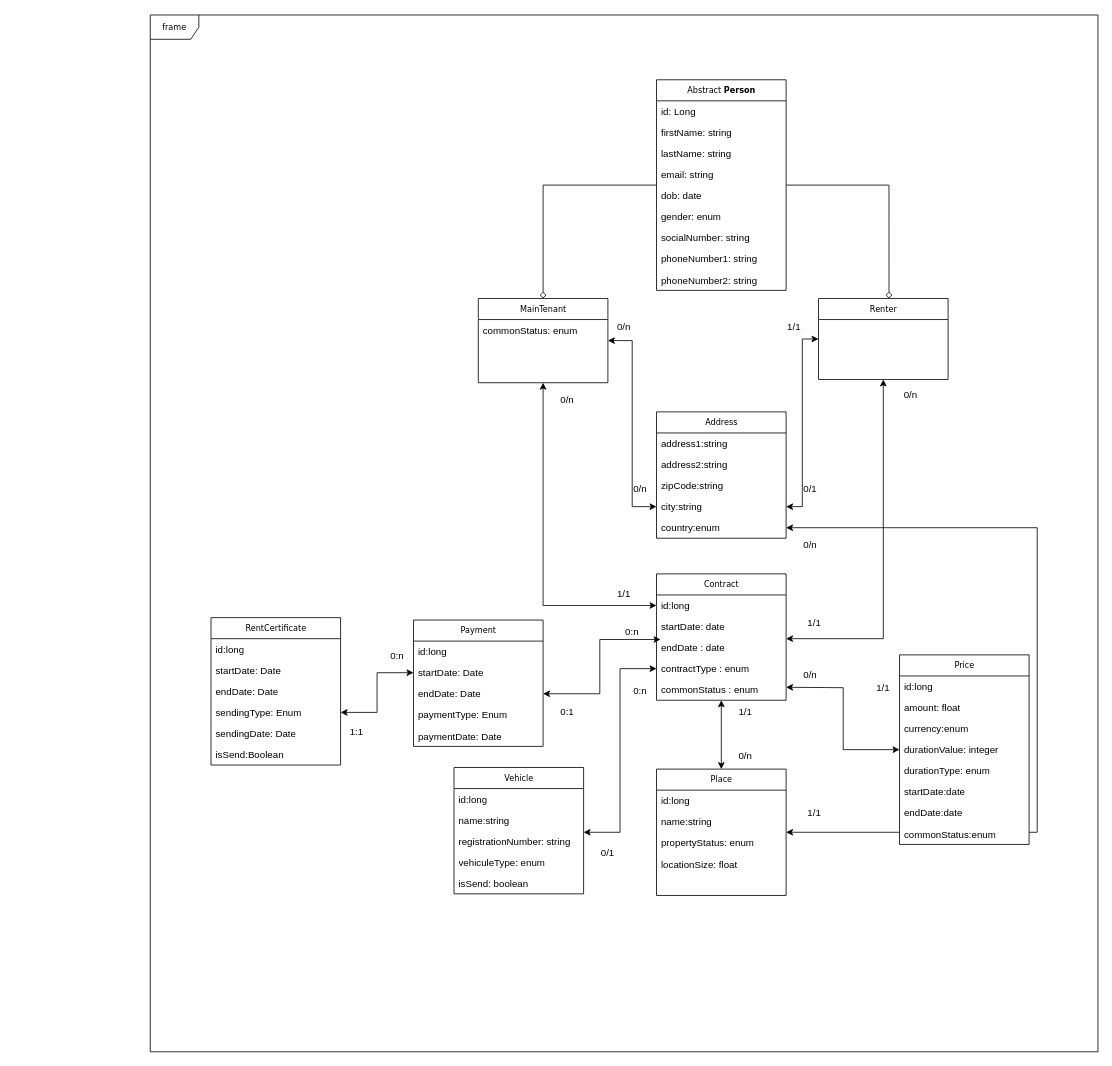
This is conception/class diagram.drawio from chrystlll/rentalProject_back, a draw.io file, before an edit. Source tidied: cells renumbered, new cells numbered last; positions are measured from the earlier drawing's top-left corner, leaving out a move shared by most shapes. Both pictures are drawn from the tidied source at 81%, with x=0, y=0 at pixel (150, 15).
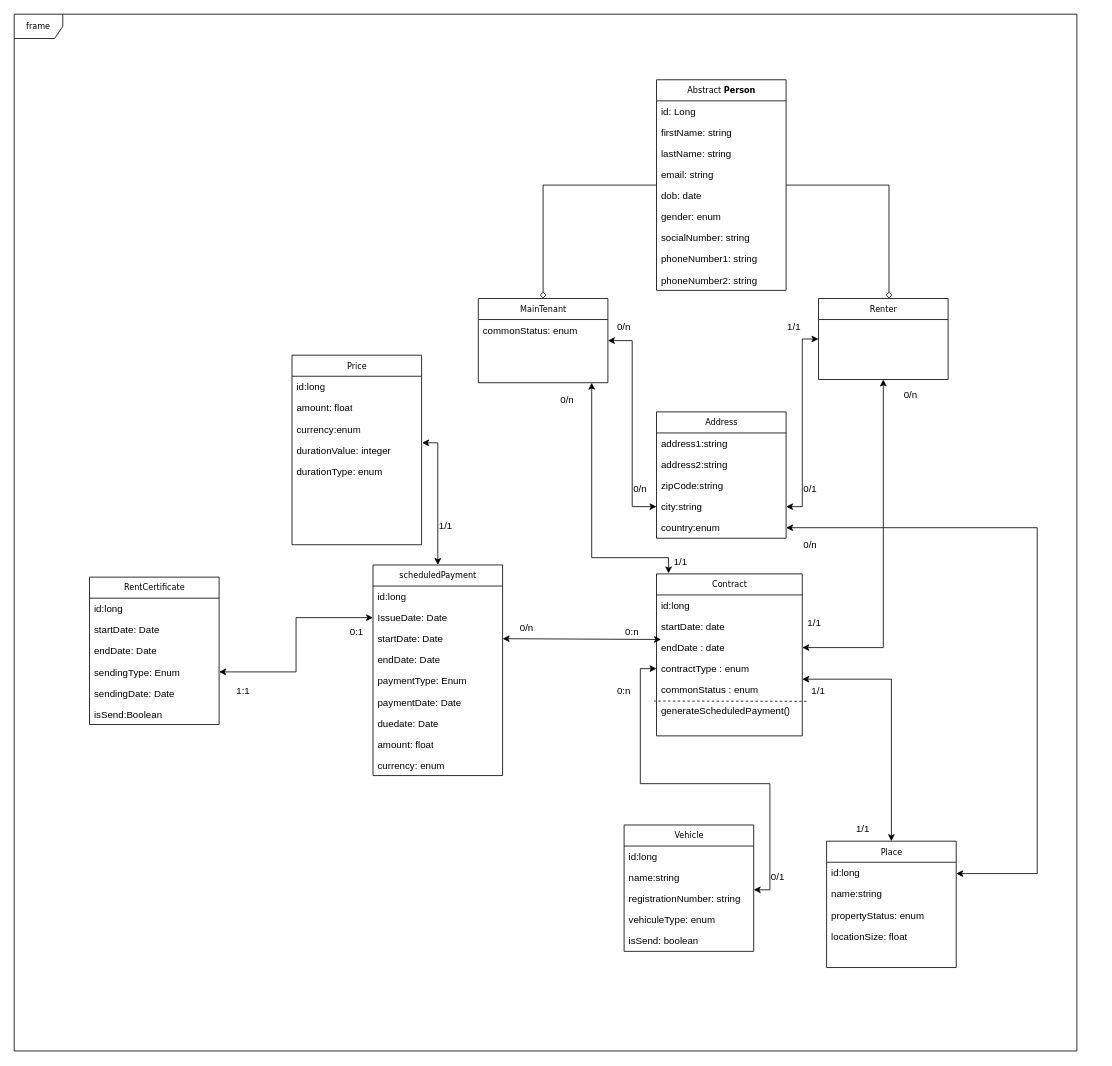
After the change.

The change refers to these unchanged cells:
```xml
<mxCell id="5" value="Renter" style="swimlane;html=1;fontStyle=0;horizontal=1;startSize=26;fillColor=none;swimlaneFillColor=#ffffff;rounded=0;shadow=0;comic=0;labelBackgroundColor=none;strokeWidth=1;fontFamily=Verdana;fontSize=10;align=center;" parent="1" vertex="1">
  <mxGeometry x="825" y="350" width="160" height="100" as="geometry" />
</mxCell>
<mxCell id="8" value="MainTenant" style="swimlane;html=1;fontStyle=0;horizontal=1;startSize=26;fillColor=none;swimlaneFillColor=#ffffff;rounded=0;shadow=0;comic=0;labelBackgroundColor=none;strokeWidth=1;fontFamily=Verdana;fontSize=10;align=center;" parent="1" vertex="1">
  <mxGeometry x="405" y="350" width="160" height="104" as="geometry" />
</mxCell>
<mxCell id="27" value="country:enum" style="text;html=1;strokeColor=none;fillColor=none;align=left;verticalAlign=top;spacingLeft=4;spacingRight=4;whiteSpace=wrap;overflow=hidden;points=[[0,0.5],[1,0.5]];portConstraint=eastwest;" parent="22" vertex="1">
  <mxGeometry y="130" width="160" height="26" as="geometry" />
</mxCell>
```

What changed in the source:
```diff
@@
     <mxCell id="2" value="frame" style="shape=umlFrame;whiteSpace=wrap;html=1;rounded=0;shadow=0;comic=0;labelBackgroundColor=none;strokeWidth=1;fontFamily=Verdana;fontSize=10;align=center;" parent="1" vertex="1">
-      <mxGeometry width="1170" height="1280" as="geometry" />
+      <mxGeometry x="-168" y="-1" width="1312" height="1280" as="geometry" />
     </mxCell>
@@
-    <mxCell id="4" style="edgeStyle=orthogonalEdgeStyle;rounded=0;jettySize=auto;html=1;startArrow=classic;startFill=1;endArrow=classic;endFill=1;" parent="1" edge="1" source="5">
+    <mxCell id="4" style="edgeStyle=orthogonalEdgeStyle;rounded=0;jettySize=auto;html=1;startArrow=classic;startFill=1;endArrow=classic;endFill=1;entryX=1;entryY=0.5;entryDx=0;entryDy=0;" parent="1" edge="1" source="5" target="36">
       <mxGeometry relative="1" as="geometry">
-        <mxPoint x="785" y="770" as="targetPoint" />
         <Array as="points">
-          <mxPoint x="905" y="770" />
-          <mxPoint x="785" y="770" />
+          <mxPoint x="905" y="781" />
         </Array>
       </mxGeometry>
     </mxCell>
@@
-    <mxCell id="7" style="edgeStyle=orthogonalEdgeStyle;rounded=0;jettySize=auto;html=1;entryX=0;entryY=0.5;entryDx=0;entryDy=0;startArrow=classic;startFill=1;endArrow=classic;endFill=1;" parent="1" edge="1" source="8" target="34">
-      <mxGeometry relative="1" as="geometry" />
+    <mxCell id="7" style="edgeStyle=orthogonalEdgeStyle;rounded=0;jettySize=auto;html=1;entryX=0.083;entryY=-0.003;entryDx=0;entryDy=0;startArrow=classic;startFill=1;endArrow=classic;endFill=1;entryPerimeter=0;" parent="1" edge="1" source="8" target="33">
+      <mxGeometry relative="1" as="geometry">
+        <Array as="points">
+          <mxPoint x="545" y="670" />
+          <mxPoint x="640" y="670" />
+        </Array>
+      </mxGeometry>
     </mxCell>
@@
     <mxCell id="32" style="edgeStyle=orthogonalEdgeStyle;rounded=0;jettySize=auto;html=1;entryX=0.5;entryY=0;entryDx=0;entryDy=0;startArrow=classic;startFill=1;endArrow=classic;endFill=1;" parent="1" edge="1" source="33" target="45">
-      <mxGeometry relative="1" as="geometry" />
+      <mxGeometry relative="1" as="geometry">
+        <Array as="points">
+          <mxPoint x="915" y="820" />
+        </Array>
+      </mxGeometry>
     </mxCell>
     <mxCell id="33" value="Contract" style="swimlane;html=1;fontStyle=0;horizontal=1;startSize=26;fillColor=none;swimlaneFillColor=#ffffff;rounded=0;shadow=0;comic=0;labelBackgroundColor=none;strokeWidth=1;fontFamily=Verdana;fontSize=10;align=center;" parent="1" vertex="1">
-      <mxGeometry x="625" y="690" width="160" height="156" as="geometry" />
+      <mxGeometry x="625" y="690" width="180" height="200" as="geometry" />
     </mxCell>
     <mxCell id="34" value="id:long" style="text;html=1;strokeColor=none;fillColor=none;align=left;verticalAlign=top;spacingLeft=4;spacingRight=4;whiteSpace=wrap;overflow=hidden;points=[[0,0.5],[1,0.5]];portConstraint=eastwest;" parent="33" vertex="1">
-      <mxGeometry y="26" width="160" height="26" as="geometry" />
+      <mxGeometry y="26" width="180" height="26" as="geometry" />
     </mxCell>
     <mxCell id="35" value="startDate: date" style="text;html=1;strokeColor=none;fillColor=none;align=left;verticalAlign=top;spacingLeft=4;spacingRight=4;whiteSpace=wrap;overflow=hidden;" parent="33" vertex="1">
-      <mxGeometry y="52" width="160" height="26" as="geometry" />
+      <mxGeometry y="52" width="180" height="26" as="geometry" />
     </mxCell>
     <mxCell id="36" value="endDate : date" style="text;html=1;strokeColor=none;fillColor=none;align=left;verticalAlign=top;spacingLeft=4;spacingRight=4;whiteSpace=wrap;overflow=hidden;points=[[0,0.5],[1,0.5]];portConstraint=eastwest;" parent="33" vertex="1">
-      <mxGeometry y="78" width="160" height="26" as="geometry" />
+      <mxGeometry y="78" width="180" height="26" as="geometry" />
     </mxCell>
     <mxCell id="37" value="contractType : enum" style="text;html=1;strokeColor=none;fillColor=none;align=left;verticalAlign=top;spacingLeft=4;spacingRight=4;whiteSpace=wrap;overflow=hidden;points=[[0,0.5],[1,0.5]];portConstraint=eastwest;" parent="33" vertex="1">
-      <mxGeometry y="104" width="160" height="26" as="geometry" />
+      <mxGeometry y="104" width="180" height="26" as="geometry" />
     </mxCell>
     <mxCell id="38" value="commonStatus : enum" style="text;html=1;strokeColor=none;fillColor=none;align=left;verticalAlign=top;spacingLeft=4;spacingRight=4;whiteSpace=wrap;overflow=hidden;" parent="33" vertex="1">
-      <mxGeometry y="130" width="160" height="26" as="geometry" />
+      <mxGeometry y="130" width="180" height="26" as="geometry" />
     </mxCell>
+    <mxCell id="93" value="generateScheduledPayment()" style="text;html=1;strokeColor=none;fillColor=none;align=left;verticalAlign=top;spacingLeft=4;spacingRight=4;whiteSpace=wrap;overflow=hidden;" parent="33" vertex="1">
+      <mxGeometry y="156" width="180" height="26" as="geometry" />
+    </mxCell>
@@
     <mxCell id="40" value="1/1" style="text;html=1;strokeColor=none;fillColor=none;align=center;verticalAlign=middle;whiteSpace=wrap;rounded=0;" parent="1" vertex="1">
-      <mxGeometry x="555" y="700" width="60" height="30" as="geometry" />
+      <mxGeometry x="625" y="660" width="60" height="30" as="geometry" />
     </mxCell>
@@
     <mxCell id="43" style="edgeStyle=orthogonalEdgeStyle;rounded=0;jettySize=auto;html=1;startArrow=classic;startFill=1;endArrow=classic;endFill=1;" parent="1" edge="1" source="45" target="27">
       <mxGeometry relative="1" as="geometry">
         <Array as="points">
-          <mxPoint x="1095" y="1009" />
+          <mxPoint x="1095" y="1060" />
           <mxPoint x="1095" y="633" />
         </Array>
       </mxGeometry>
     </mxCell>
@@
     <mxCell id="45" value="Place" style="swimlane;html=1;fontStyle=0;horizontal=1;startSize=26;fillColor=none;swimlaneFillColor=#ffffff;rounded=0;shadow=0;comic=0;labelBackgroundColor=none;strokeWidth=1;fontFamily=Verdana;fontSize=10;align=center;" parent="1" vertex="1">
-      <mxGeometry x="625" y="931" width="160" height="156" as="geometry" />
+      <mxGeometry x="835" y="1020" width="160" height="156" as="geometry" />
     </mxCell>
@@
-    <mxCell id="50" style="edgeStyle=orthogonalEdgeStyle;rounded=0;jettySize=auto;html=1;startArrow=classic;startFill=1;endArrow=classic;endFill=1;" parent="1" edge="1" source="51">
-      <mxGeometry relative="1" as="geometry">
-        <mxPoint x="785" y="830" as="targetPoint" />
-      </mxGeometry>
-    </mxCell>
-    <mxCell id="51" value="Price" style="swimlane;html=1;fontStyle=0;horizontal=1;startSize=26;fillColor=none;swimlaneFillColor=#ffffff;rounded=0;shadow=0;comic=0;labelBackgroundColor=none;strokeWidth=1;fontFamily=Verdana;fontSize=10;align=center;" parent="1" vertex="1">
-      <mxGeometry x="925" y="790" width="160" height="234" as="geometry" />
-    </mxCell>
-    <mxCell id="52" value="id:long" style="text;html=1;strokeColor=none;fillColor=none;align=left;verticalAlign=top;spacingLeft=4;spacingRight=4;whiteSpace=wrap;overflow=hidden;" parent="51" vertex="1">
-      <mxGeometry y="26" width="160" height="26" as="geometry" />
-    </mxCell>
-    <mxCell id="53" value="amount: float" style="text;html=1;strokeColor=none;fillColor=none;align=left;verticalAlign=top;spacingLeft=4;spacingRight=4;whiteSpace=wrap;overflow=hidden;" parent="51" vertex="1">
-      <mxGeometry y="52" width="160" height="26" as="geometry" />
-    </mxCell>
-    <mxCell id="54" value="currency:enum" style="text;html=1;strokeColor=none;fillColor=none;align=left;verticalAlign=top;spacingLeft=4;spacingRight=4;whiteSpace=wrap;overflow=hidden;" parent="51" vertex="1">
-      <mxGeometry y="78" width="160" height="26" as="geometry" />
-    </mxCell>
-    <mxCell id="55" value="durationValue: integer" style="text;html=1;strokeColor=none;fillColor=none;align=left;verticalAlign=top;spacingLeft=4;spacingRight=4;whiteSpace=wrap;overflow=hidden;points=[[0,0.5],[1,0.5]];portConstraint=eastwest;" parent="51" vertex="1">
-      <mxGeometry y="104" width="160" height="26" as="geometry" />
-    </mxCell>
-    <mxCell id="56" value="durationType: enum" style="text;html=1;strokeColor=none;fillColor=none;align=left;verticalAlign=top;spacingLeft=4;spacingRight=4;whiteSpace=wrap;overflow=hidden;" parent="51" vertex="1">
-      <mxGeometry y="130" width="160" height="26" as="geometry" />
-    </mxCell>
-    <mxCell id="57" value="startDate:date" style="text;html=1;strokeColor=none;fillColor=none;align=left;verticalAlign=top;spacingLeft=4;spacingRight=4;whiteSpace=wrap;overflow=hidden;" parent="51" vertex="1">
-      <mxGeometry y="156" width="160" height="26" as="geometry" />
-    </mxCell>
-    <mxCell id="58" value="endDate:date" style="text;html=1;strokeColor=none;fillColor=none;align=left;verticalAlign=top;spacingLeft=4;spacingRight=4;whiteSpace=wrap;overflow=hidden;" parent="51" vertex="1">
-      <mxGeometry y="182" width="160" height="26" as="geometry" />
-    </mxCell>
-    <mxCell id="59" value="commonStatus:enum" style="text;html=1;strokeColor=none;fillColor=none;align=left;verticalAlign=top;spacingLeft=4;spacingRight=4;whiteSpace=wrap;overflow=hidden;" parent="51" vertex="1">
-      <mxGeometry y="208" width="160" height="26" as="geometry" />
-    </mxCell>
     <mxCell id="60" value="1/1" style="text;html=1;strokeColor=none;fillColor=none;align=center;verticalAlign=middle;whiteSpace=wrap;rounded=0;" parent="1" vertex="1">
-      <mxGeometry x="875" y="816" width="60" height="30" as="geometry" />
+      <mxGeometry x="335" y="616" width="60" height="30" as="geometry" />
     </mxCell>
     <mxCell id="61" value="0/n" style="text;html=1;strokeColor=none;fillColor=none;align=center;verticalAlign=middle;whiteSpace=wrap;rounded=0;" parent="1" vertex="1">
-      <mxGeometry x="785" y="800" width="60" height="30" as="geometry" />
+      <mxGeometry x="435" y="742" width="60" height="30" as="geometry" />
     </mxCell>
     <mxCell id="62" value="Vehicle" style="swimlane;html=1;fontStyle=0;horizontal=1;startSize=26;fillColor=none;swimlaneFillColor=#ffffff;rounded=0;shadow=0;comic=0;labelBackgroundColor=none;strokeWidth=1;fontFamily=Verdana;fontSize=10;align=center;" parent="1" vertex="1">
-      <mxGeometry x="375" y="929" width="160" height="156" as="geometry" />
+      <mxGeometry x="585" y="1000" width="160" height="156" as="geometry" />
     </mxCell>
@@
     <mxCell id="68" value="1/1" style="text;html=1;strokeColor=none;fillColor=none;align=center;verticalAlign=middle;whiteSpace=wrap;rounded=0;" parent="1" vertex="1">
-      <mxGeometry x="705" y="846" width="60" height="30" as="geometry" />
+      <mxGeometry x="795" y="820" width="60" height="30" as="geometry" />
     </mxCell>
-    <mxCell id="69" value="0/n" style="text;html=1;strokeColor=none;fillColor=none;align=center;verticalAlign=middle;whiteSpace=wrap;rounded=0;" parent="1" vertex="1">
-      <mxGeometry x="705" y="900" width="60" height="30" as="geometry" />
-    </mxCell>
     <mxCell id="70" value="1/1" style="text;html=1;strokeColor=none;fillColor=none;align=center;verticalAlign=middle;whiteSpace=wrap;rounded=0;" parent="1" vertex="1">
-      <mxGeometry x="790" y="970" width="60" height="30" as="geometry" />
+      <mxGeometry x="850" y="990" width="60" height="30" as="geometry" />
     </mxCell>
@@
     <mxCell id="73" value="0/1" style="text;html=1;strokeColor=none;fillColor=none;align=center;verticalAlign=middle;whiteSpace=wrap;rounded=0;" parent="1" vertex="1">
-      <mxGeometry x="535" y="1020" width="60" height="30" as="geometry" />
+      <mxGeometry x="745" y="1050" width="60" height="30" as="geometry" />
     </mxCell>
+    <mxCell id="94" style="edgeStyle=orthogonalEdgeStyle;rounded=0;jettySize=auto;html=1;entryX=1.004;entryY=0.16;entryDx=0;entryDy=0;entryPerimeter=0;startArrow=classic;startFill=1;" parent="1" edge="1" source="74" target="55">
+      <mxGeometry relative="1" as="geometry" />
+    </mxCell>
-    <mxCell id="74" value="Payment" style="swimlane;html=1;fontStyle=0;horizontal=1;startSize=26;fillColor=none;swimlaneFillColor=#ffffff;rounded=0;shadow=0;comic=0;labelBackgroundColor=none;strokeWidth=1;fontFamily=Verdana;fontSize=10;align=center;" parent="1" vertex="1">
-      <mxGeometry x="325" y="747" width="160" height="156" as="geometry" />
+    <mxCell id="74" value="scheduledPayment" style="swimlane;html=1;fontStyle=0;horizontal=1;startSize=26;fillColor=none;swimlaneFillColor=#ffffff;rounded=0;shadow=0;comic=0;labelBackgroundColor=none;strokeWidth=1;fontFamily=Verdana;fontSize=10;align=center;" parent="1" vertex="1">
+      <mxGeometry x="275" y="679" width="160" height="260" as="geometry" />
     </mxCell>
@@
-    <mxCell id="76" value="startDate: Date" style="text;html=1;strokeColor=none;fillColor=none;align=left;verticalAlign=top;spacingLeft=4;spacingRight=4;whiteSpace=wrap;overflow=hidden;points=[[0,0.5],[1,0.5]];portConstraint=eastwest;" parent="74" vertex="1">
+    <mxCell id="76" value="IssueDate: Date" style="text;html=1;strokeColor=none;fillColor=none;align=left;verticalAlign=top;spacingLeft=4;spacingRight=4;whiteSpace=wrap;overflow=hidden;points=[[0,0.5],[1,0.5]];portConstraint=eastwest;" parent="74" vertex="1">
       <mxGeometry y="52" width="160" height="26" as="geometry" />
     </mxCell>
+    <mxCell id="95" value="startDate: Date" style="text;html=1;strokeColor=none;fillColor=none;align=left;verticalAlign=top;spacingLeft=4;spacingRight=4;whiteSpace=wrap;overflow=hidden;points=[[0,0.5],[1,0.5]];portConstraint=eastwest;" parent="74" vertex="1">
+      <mxGeometry y="78" width="160" height="26" as="geometry" />
+    </mxCell>
     <mxCell id="77" value="endDate: Date" style="text;html=1;strokeColor=none;fillColor=none;align=left;verticalAlign=top;spacingLeft=4;spacingRight=4;whiteSpace=wrap;overflow=hidden;points=[[0,0.5],[1,0.5]];portConstraint=eastwest;" parent="74" vertex="1">
-      <mxGeometry y="78" width="160" height="26" as="geometry" />
+      <mxGeometry y="104" width="160" height="26" as="geometry" />
     </mxCell>
     <mxCell id="78" value="paymentType: Enum" style="text;html=1;strokeColor=none;fillColor=none;align=left;verticalAlign=top;spacingLeft=4;spacingRight=4;whiteSpace=wrap;overflow=hidden;" parent="74" vertex="1">
-      <mxGeometry y="104" width="160" height="26" as="geometry" />
+      <mxGeometry y="130" width="160" height="26" as="geometry" />
     </mxCell>
     <mxCell id="79" value="paymentDate: Date" style="text;html=1;strokeColor=none;fillColor=none;align=left;verticalAlign=top;spacingLeft=4;spacingRight=4;whiteSpace=wrap;overflow=hidden;" parent="74" vertex="1">
-      <mxGeometry y="130" width="160" height="26" as="geometry" />
+      <mxGeometry y="156" width="160" height="26" as="geometry" />
     </mxCell>
+    <mxCell id="96" value="duedate: Date" style="text;html=1;strokeColor=none;fillColor=none;align=left;verticalAlign=top;spacingLeft=4;spacingRight=4;whiteSpace=wrap;overflow=hidden;" parent="74" vertex="1">
+      <mxGeometry y="182" width="160" height="26" as="geometry" />
+    </mxCell>
+    <mxCell id="97" value="amount: float" style="text;html=1;strokeColor=none;fillColor=none;align=left;verticalAlign=top;spacingLeft=4;spacingRight=4;whiteSpace=wrap;overflow=hidden;" parent="74" vertex="1">
+      <mxGeometry y="208" width="160" height="26" as="geometry" />
+    </mxCell>
+    <mxCell id="98" value="currency: enum" style="text;html=1;strokeColor=none;fillColor=none;align=left;verticalAlign=top;spacingLeft=4;spacingRight=4;whiteSpace=wrap;overflow=hidden;" parent="74" vertex="1">
+      <mxGeometry y="234" width="160" height="26" as="geometry" />
+    </mxCell>
-    <mxCell id="80" style="edgeStyle=orthogonalEdgeStyle;rounded=0;jettySize=auto;html=1;entryX=0.031;entryY=0.115;entryDx=0;entryDy=0;entryPerimeter=0;startArrow=classic;startFill=1;" parent="1" edge="1" source="77" target="36">
-      <mxGeometry relative="1" as="geometry" />
+    <mxCell id="80" style="edgeStyle=orthogonalEdgeStyle;rounded=0;jettySize=auto;html=1;entryX=0.031;entryY=0.115;entryDx=0;entryDy=0;entryPerimeter=0;startArrow=classic;startFill=1;exitX=1;exitY=0.5;exitDx=0;exitDy=0;" parent="1" edge="1" source="95" target="36">
+      <mxGeometry relative="1" as="geometry">
+        <Array as="points">
+          <mxPoint x="631" y="770" />
+        </Array>
+      </mxGeometry>
     </mxCell>
     <mxCell id="81" value="0:n" style="text;html=1;strokeColor=none;fillColor=none;align=center;verticalAlign=middle;whiteSpace=wrap;rounded=0;" parent="1" vertex="1">
-      <mxGeometry x="575" y="820" width="60" height="30" as="geometry" />
+      <mxGeometry x="555" y="820" width="60" height="30" as="geometry" />
     </mxCell>
     <mxCell id="82" value="0:1" style="text;html=1;strokeColor=none;fillColor=none;align=center;verticalAlign=middle;whiteSpace=wrap;rounded=0;" parent="1" vertex="1">
-      <mxGeometry x="485" y="846" width="60" height="30" as="geometry" />
+      <mxGeometry x="225" y="747" width="60" height="30" as="geometry" />
     </mxCell>
     <mxCell id="83" value="RentCertificate" style="swimlane;html=1;fontStyle=0;horizontal=1;startSize=26;fillColor=none;swimlaneFillColor=#ffffff;rounded=0;shadow=0;comic=0;labelBackgroundColor=none;strokeWidth=1;fontFamily=Verdana;fontSize=10;align=center;" parent="1" vertex="1">
-      <mxGeometry x="75" y="744" width="160" height="182" as="geometry" />
+      <mxGeometry x="-75" y="694" width="160" height="182" as="geometry" />
     </mxCell>
@@
-    <mxCell id="91" value="0:n" style="text;html=1;strokeColor=none;fillColor=none;align=center;verticalAlign=middle;whiteSpace=wrap;rounded=0;" parent="1" vertex="1">
-      <mxGeometry x="275" y="777" width="60" height="30" as="geometry" />
-    </mxCell>
     <mxCell id="92" value="1:1" style="text;html=1;strokeColor=none;fillColor=none;align=center;verticalAlign=middle;whiteSpace=wrap;rounded=0;" parent="1" vertex="1">
-      <mxGeometry x="225" y="870" width="60" height="30" as="geometry" />
+      <mxGeometry x="85" y="820" width="60" height="30" as="geometry" />
     </mxCell>
+    <mxCell id="51" value="Price" style="swimlane;html=1;fontStyle=0;horizontal=1;startSize=26;fillColor=none;swimlaneFillColor=#ffffff;rounded=0;shadow=0;comic=0;labelBackgroundColor=none;strokeWidth=1;fontFamily=Verdana;fontSize=10;align=center;" parent="1" vertex="1">
+      <mxGeometry x="175" y="420" width="160" height="234" as="geometry" />
+    </mxCell>
+    <mxCell id="52" value="id:long" style="text;html=1;strokeColor=none;fillColor=none;align=left;verticalAlign=top;spacingLeft=4;spacingRight=4;whiteSpace=wrap;overflow=hidden;" parent="51" vertex="1">
+      <mxGeometry y="26" width="160" height="26" as="geometry" />
+    </mxCell>
+    <mxCell id="53" value="amount: float" style="text;html=1;strokeColor=none;fillColor=none;align=left;verticalAlign=top;spacingLeft=4;spacingRight=4;whiteSpace=wrap;overflow=hidden;" parent="51" vertex="1">
+      <mxGeometry y="52" width="160" height="26" as="geometry" />
+    </mxCell>
+    <mxCell id="54" value="currency:enum" style="text;html=1;strokeColor=none;fillColor=none;align=left;verticalAlign=top;spacingLeft=4;spacingRight=4;whiteSpace=wrap;overflow=hidden;" parent="51" vertex="1">
+      <mxGeometry y="78" width="160" height="26" as="geometry" />
+    </mxCell>
+    <mxCell id="55" value="durationValue: integer" style="text;html=1;strokeColor=none;fillColor=none;align=left;verticalAlign=top;spacingLeft=4;spacingRight=4;whiteSpace=wrap;overflow=hidden;points=[[0,0.5],[1,0.5]];portConstraint=eastwest;" parent="51" vertex="1">
+      <mxGeometry y="104" width="160" height="26" as="geometry" />
+    </mxCell>
+    <mxCell id="56" value="durationType: enum" style="text;html=1;strokeColor=none;fillColor=none;align=left;verticalAlign=top;spacingLeft=4;spacingRight=4;whiteSpace=wrap;overflow=hidden;" parent="51" vertex="1">
+      <mxGeometry y="130" width="160" height="26" as="geometry" />
+    </mxCell>
+    <mxCell id="99" style="endArrow=none;dashed=1;html=1;rounded=0;entryX=0.75;entryY=1;entryDx=0;entryDy=0;exitX=1.018;exitY=0.164;exitDx=0;exitDy=0;exitPerimeter=0;" parent="1" edge="1">
+      <mxGeometry relative="1" as="geometry">
+        <mxPoint x="810.2" y="847.3" as="sourcePoint" />
+        <mxPoint x="622" y="847" as="targetPoint" />
+      </mxGeometry>
+    </mxCell>
```
